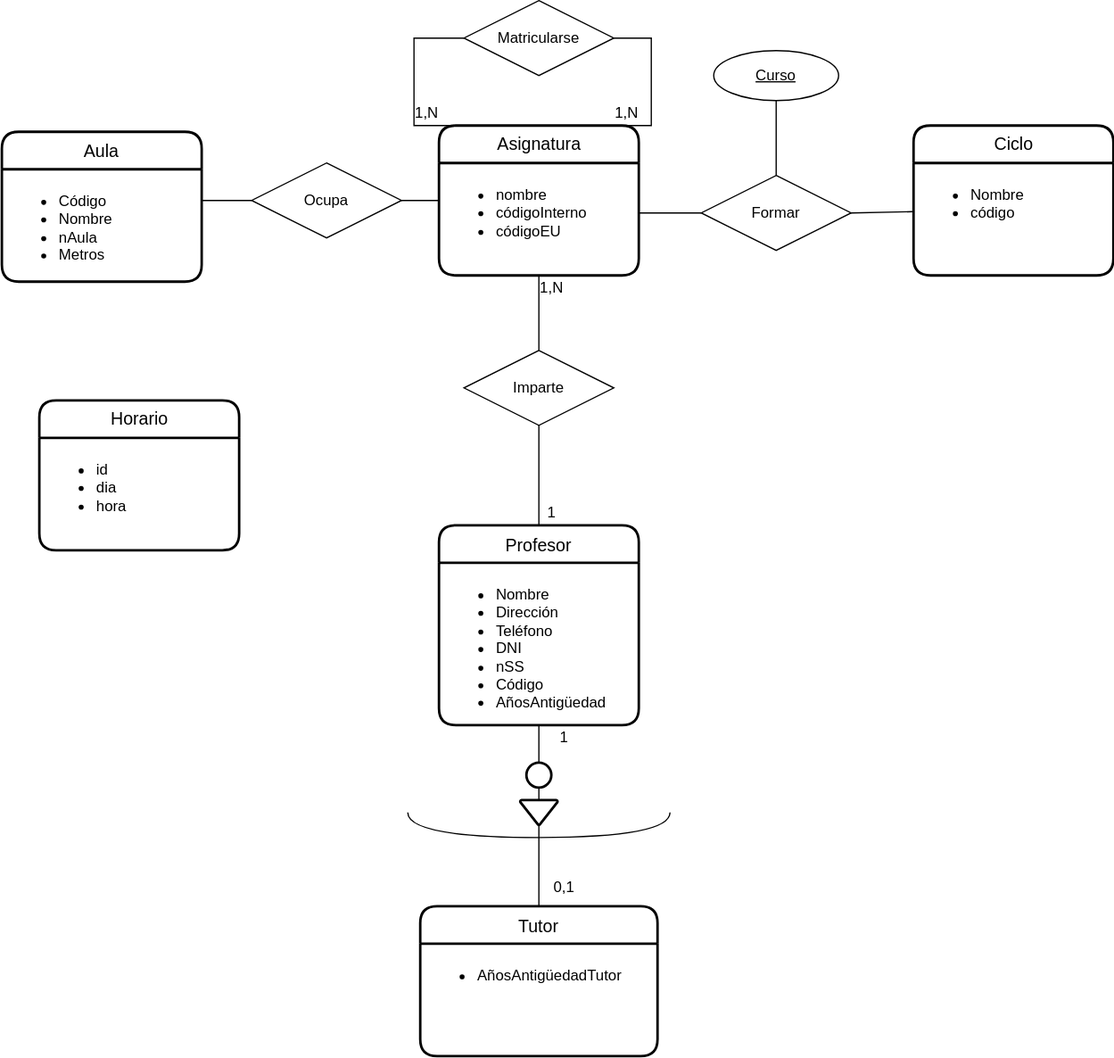
Above: UD12-17.svg in Jimxx22/C3-UD11-UML (draw.io), before the change. Source tidied: cells renumbered, new cells last; positions are measured from the earlier drawing's top-left corner, leaving out a move shared by most shapes.
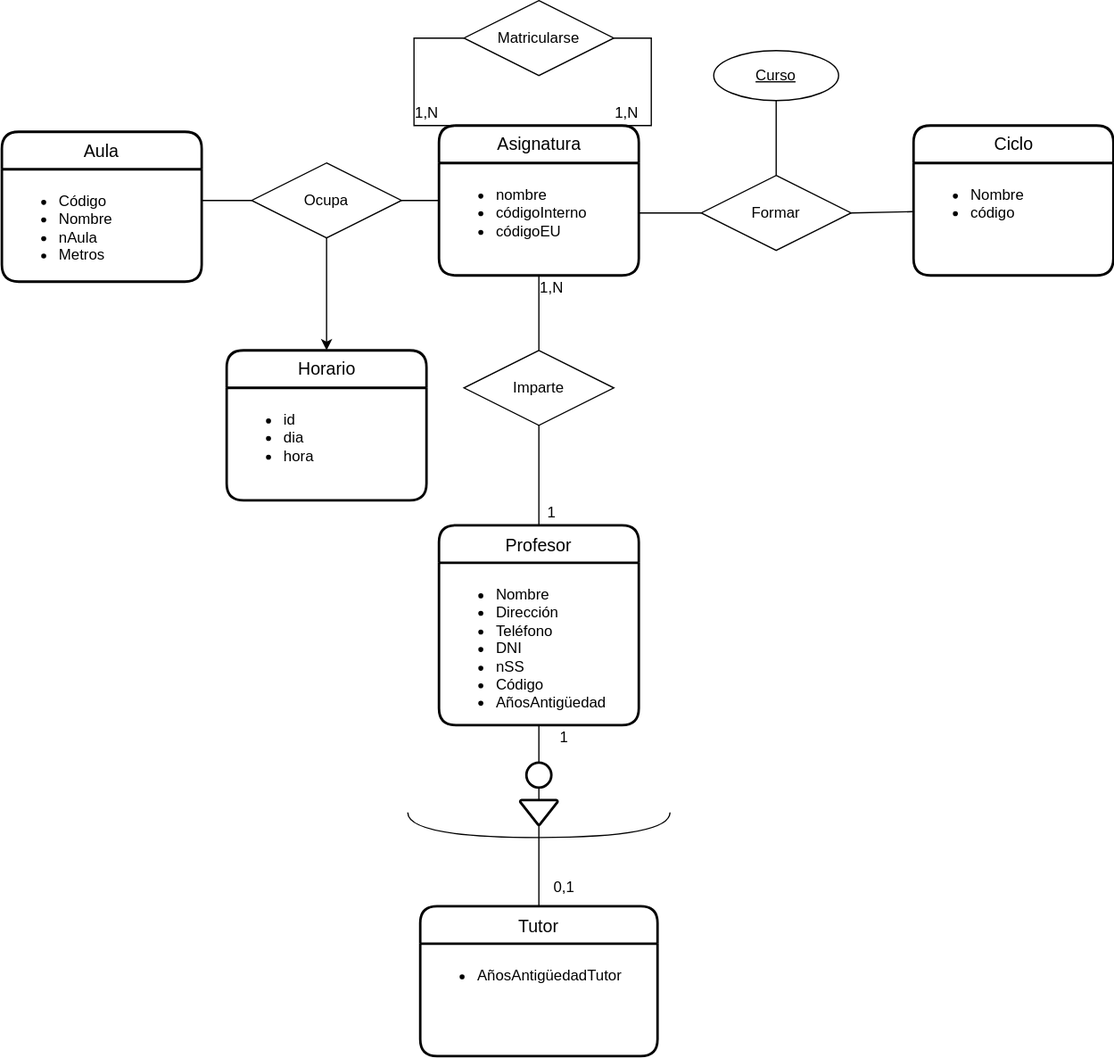
The same diagram one commit later.

Change to the diagram source:
```diff
@@ -3,7 +3,7 @@
     <mxCell id="0" />
     <mxCell id="1" parent="0" />
     <mxCell id="2" value="Horario" style="swimlane;horizontal=1;startSize=30;rounded=1;fontSize=14;fontStyle=0;strokeWidth=2;shadow=0;dashed=0;align=center;labelBackgroundColor=none;html=1;" parent="1" vertex="1">
-      <mxGeometry x="30" y="320" width="160" height="120" as="geometry" />
+      <mxGeometry x="180" y="280" width="160" height="120" as="geometry" />
     </mxCell>
     <mxCell id="3" value="&lt;ul&gt;&lt;li&gt;id&lt;/li&gt;&lt;li&gt;dia&lt;/li&gt;&lt;li&gt;hora&lt;/li&gt;&lt;/ul&gt;" style="align=left;strokeColor=none;fillColor=none;spacingLeft=4;fontSize=12;verticalAlign=top;labelBackgroundColor=none;html=1;" parent="2" vertex="1">
       <mxGeometry y="30" width="160" height="90" as="geometry" />
@@ -106,6 +106,9 @@
     <mxCell id="30" value="Imparte" style="shape=rhombus;perimeter=rhombusPerimeter;whiteSpace=wrap;html=1;align=center;" parent="1" vertex="1">
       <mxGeometry x="370" y="280" width="120" height="60" as="geometry" />
     </mxCell>
+    <mxCell id="40" style="edgeStyle=orthogonalEdgeStyle;rounded=0;jettySize=auto;html=1;exitX=0.5;exitY=1;exitDx=0;exitDy=0;entryX=0.5;entryY=0;entryDx=0;entryDy=0;" parent="1" edge="1" source="31" target="2">
+      <mxGeometry relative="1" as="geometry" />
+    </mxCell>
     <mxCell id="31" value="Ocupa" style="shape=rhombus;perimeter=rhombusPerimeter;whiteSpace=wrap;html=1;align=center;labelBackgroundColor=none;" parent="1" vertex="1">
       <mxGeometry x="200" y="130" width="120" height="60" as="geometry" />
     </mxCell>
```
